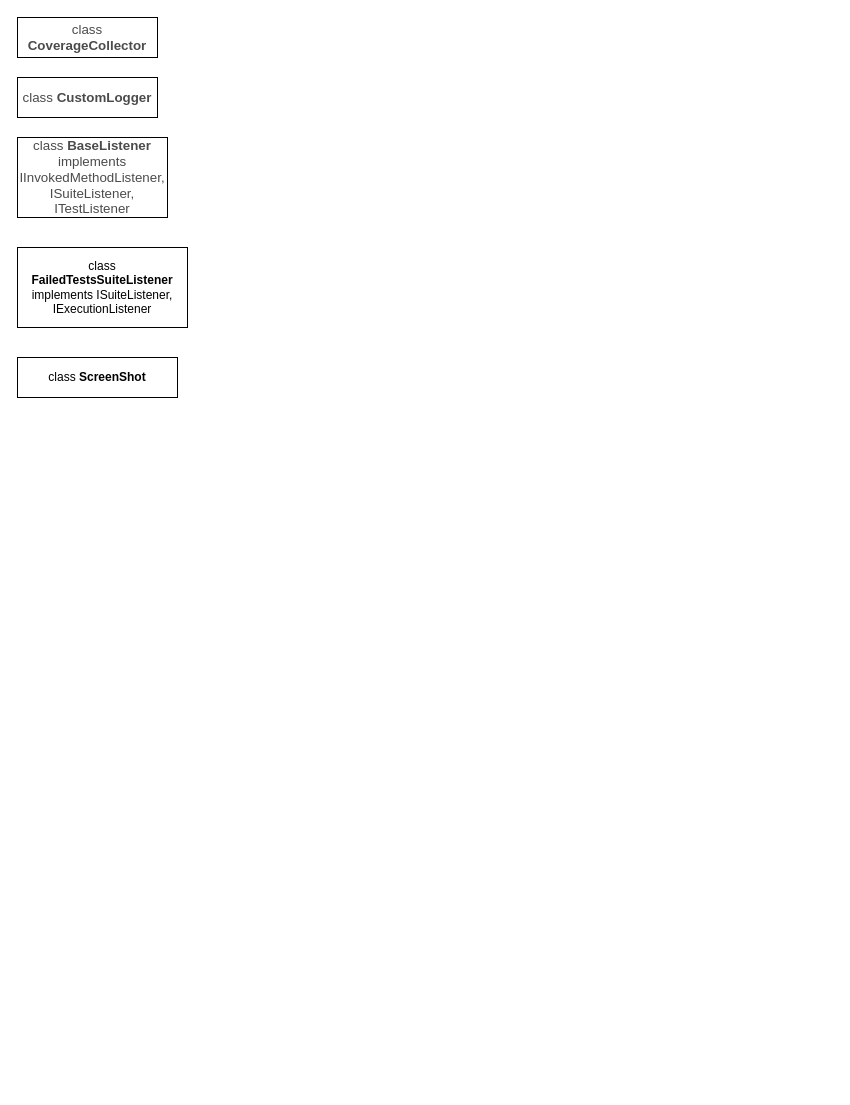
This is resources/Untitled Diagram.drawio from JanpreetSingh/SeleniumTestNGTutorialProject, a draw.io file, before an edit. Source tidied: cells renumbered, new cells numbered last; positions are measured from the earlier drawing's top-left corner, leaving out a move shared by most shapes. Both pictures are drawn from the tidied source at 100%, with x=0, y=0 at pixel (17, 17).
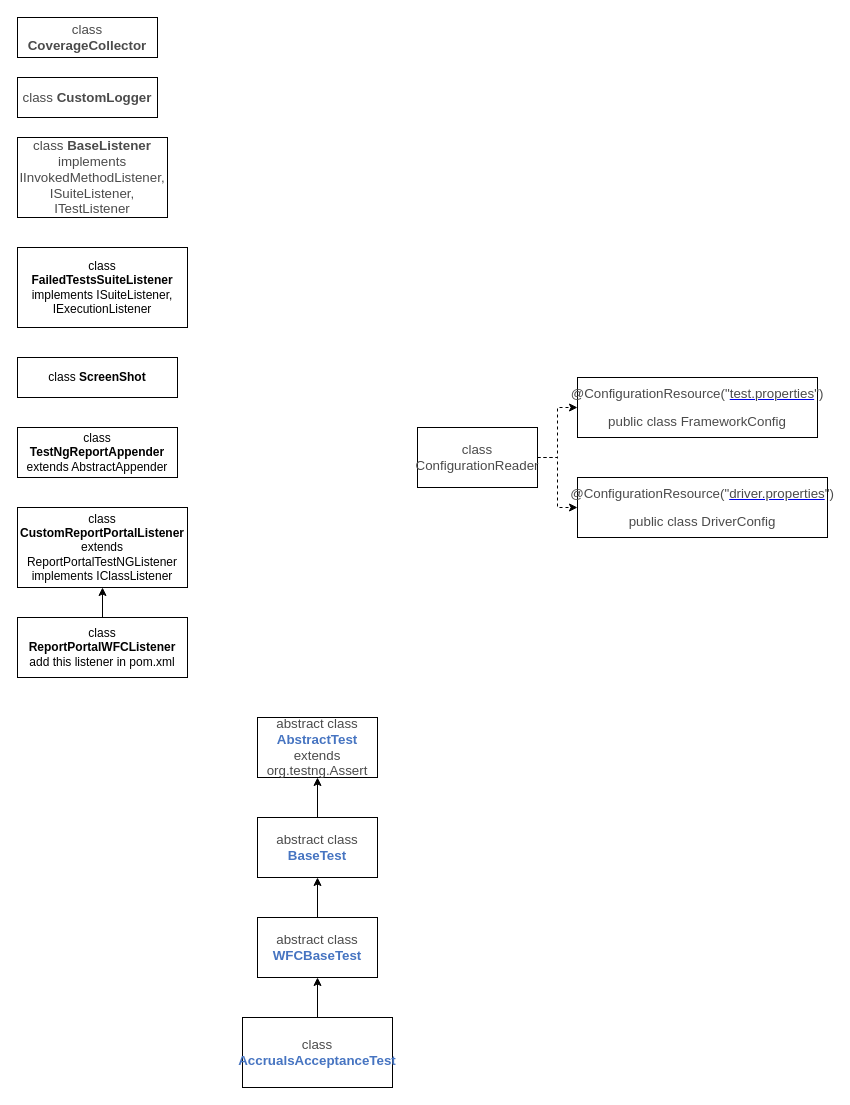
The same page after the edit.

What changed in the source:
```diff
@@
+    <mxCell id="7" value="class &lt;b&gt;TestNgReportAppender &lt;/b&gt;extends AbstractAppender" style="rounded=0;whiteSpace=wrap;html=1;" parent="1" vertex="1">
+      <mxGeometry y="410" width="160" height="50" as="geometry" />
+    </mxCell>
+    <mxCell id="8" value="class &lt;b&gt;CustomReportPortalListener &lt;/b&gt;extends ReportPortalTestNGListener implements IClassListener" style="rounded=0;whiteSpace=wrap;html=1;" parent="1" vertex="1">
+      <mxGeometry y="490" width="170" height="80" as="geometry" />
+    </mxCell>
+    <mxCell id="9" style="edgeStyle=orthogonalEdgeStyle;rounded=0;jettySize=auto;html=1;" parent="1" edge="1" source="10" target="8">
+      <mxGeometry relative="1" as="geometry" />
+    </mxCell>
+    <mxCell id="10" value="class &lt;b&gt;ReportPortalWFCListener&lt;/b&gt;&lt;div&gt;add this listener in pom.xml&lt;/div&gt;" style="rounded=0;whiteSpace=wrap;html=1;" parent="1" vertex="1">
+      <mxGeometry y="600" width="170" height="60" as="geometry" />
+    </mxCell>
+    <mxCell id="11" value="&lt;p data-pm-slice=&quot;1 1 [&amp;quot;tiptapChildEditor&amp;quot;,{&amp;quot;id&amp;quot;:&amp;quot;5719cfd4-4122-469a-8a62-722d085ba0aa&amp;quot;,&amp;quot;entityid&amp;quot;:&amp;quot;&amp;quot;,&amp;quot;shapeId&amp;quot;:&amp;quot;oUzE6DaAduD&amp;quot;,&amp;quot;textId&amp;quot;:&amp;quot;identifier&amp;quot;}]&quot; dir=&quot;ltr&quot;&gt;&lt;span style=&quot;color: #4b4b4b; font-size: 10pt; font-family: noto_regular&quot;&gt;abstract class &lt;/span&gt;&lt;span style=&quot;color: rgb(70, 116, 193); font-size: 10pt; font-family: noto_regular&quot;&gt;&lt;strong&gt;AbstractTest &lt;/strong&gt;&lt;/span&gt;&lt;span style=&quot;color: #4b4b4b; font-size: 10pt; font-family: noto_regular&quot;&gt;extends org.testng.Assert&lt;/span&gt;&lt;/p&gt;" style="rounded=0;whiteSpace=wrap;html=1;" parent="1" vertex="1">
+      <mxGeometry x="240" y="700" width="120" height="60" as="geometry" />
+    </mxCell>
+    <mxCell id="12" style="edgeStyle=orthogonalEdgeStyle;rounded=0;jettySize=auto;html=1;" parent="1" edge="1" source="13" target="11">
+      <mxGeometry relative="1" as="geometry" />
+    </mxCell>
+    <mxCell id="13" value="&lt;p data-pm-slice=&quot;1 1 [&amp;quot;tiptapChildEditor&amp;quot;,{&amp;quot;id&amp;quot;:&amp;quot;45874278-9673-4f66-ab3d-6d95a977c176&amp;quot;,&amp;quot;entityid&amp;quot;:&amp;quot;&amp;quot;,&amp;quot;shapeId&amp;quot;:&amp;quot;hXwQnhvF5sQ&amp;quot;,&amp;quot;textId&amp;quot;:&amp;quot;identifier&amp;quot;}]&quot; dir=&quot;ltr&quot;&gt;&lt;span style=&quot;color: #4b4b4b; font-size: 10pt; font-family: noto_regular&quot;&gt;abstract class &lt;/span&gt;&lt;span style=&quot;color: rgb(70, 116, 193); font-size: 10pt; font-family: noto_regular&quot;&gt;&lt;strong&gt;BaseTest&lt;/strong&gt;&lt;/span&gt;&lt;/p&gt;" style="rounded=0;whiteSpace=wrap;html=1;" parent="1" vertex="1">
+      <mxGeometry x="240" y="800" width="120" height="60" as="geometry" />
+    </mxCell>
+    <mxCell id="14" style="edgeStyle=orthogonalEdgeStyle;rounded=0;jettySize=auto;html=1;" parent="1" edge="1" source="15" target="13">
+      <mxGeometry relative="1" as="geometry" />
+    </mxCell>
+    <mxCell id="15" value="&lt;p data-pm-slice=&quot;1 1 [&amp;quot;tiptapChildEditor&amp;quot;,{&amp;quot;id&amp;quot;:&amp;quot;19ecf249-bb9b-4015-ace4-025a7b237459&amp;quot;,&amp;quot;entityid&amp;quot;:&amp;quot;&amp;quot;,&amp;quot;shapeId&amp;quot;:&amp;quot;llXH3EHD34j&amp;quot;,&amp;quot;textId&amp;quot;:&amp;quot;identifier&amp;quot;}]&quot; dir=&quot;ltr&quot;&gt;&lt;span style=&quot;color: #4b4b4b; font-size: 10pt; font-family: noto_regular&quot;&gt;abstract class &lt;/span&gt;&lt;span style=&quot;color: rgb(70, 116, 193); font-size: 10pt; font-family: noto_regular&quot;&gt;&lt;strong&gt;WFCBaseTest&lt;/strong&gt;&lt;/span&gt;&lt;/p&gt;" style="rounded=0;whiteSpace=wrap;html=1;" parent="1" vertex="1">
+      <mxGeometry x="240" y="900" width="120" height="60" as="geometry" />
+    </mxCell>
+    <mxCell id="16" style="edgeStyle=orthogonalEdgeStyle;rounded=0;jettySize=auto;html=1;" parent="1" edge="1" source="17" target="15">
+      <mxGeometry relative="1" as="geometry" />
+    </mxCell>
+    <mxCell id="17" value="&lt;p data-pm-slice=&quot;1 1 [&amp;quot;tiptapChildEditor&amp;quot;,{&amp;quot;id&amp;quot;:&amp;quot;e509b041-a81a-4819-9d49-f5a8ab3c00af&amp;quot;,&amp;quot;entityid&amp;quot;:&amp;quot;&amp;quot;,&amp;quot;shapeId&amp;quot;:&amp;quot;eoPqOg1G8hX&amp;quot;,&amp;quot;textId&amp;quot;:&amp;quot;identifier&amp;quot;}]&quot; dir=&quot;ltr&quot;&gt;&lt;span style=&quot;color: #4b4b4b; font-size: 10pt; font-family: noto_regular&quot;&gt;class &lt;/span&gt;&lt;span style=&quot;color: rgb(70, 116, 193); font-size: 10pt; font-family: noto_regular&quot;&gt;&lt;strong&gt;AccrualsAcceptanceTest&lt;/strong&gt;&lt;/span&gt;&lt;/p&gt;" style="rounded=0;whiteSpace=wrap;html=1;" parent="1" vertex="1">
+      <mxGeometry x="225" y="1000" width="150" height="70" as="geometry" />
+    </mxCell>
+    <mxCell id="18" style="edgeStyle=orthogonalEdgeStyle;rounded=0;jettySize=auto;html=1;entryX=0;entryY=0.5;entryDx=0;entryDy=0;dashed=1;" parent="1" edge="1" source="19" target="20">
+      <mxGeometry relative="1" as="geometry" />
+    </mxCell>
+    <mxCell id="19" value="&lt;p data-pm-slice=&quot;1 1 [&amp;quot;tiptapChildEditor&amp;quot;,{&amp;quot;id&amp;quot;:&amp;quot;a192d85d-2479-41ac-b587-bcb2d24ac9f0&amp;quot;,&amp;quot;entityid&amp;quot;:&amp;quot;&amp;quot;,&amp;quot;shapeId&amp;quot;:&amp;quot;Z1Sbzzrmdqy&amp;quot;,&amp;quot;textId&amp;quot;:&amp;quot;identifier&amp;quot;}]&quot; dir=&quot;ltr&quot;&gt;&lt;span style=&quot;color: #4b4b4b; font-size: 10pt; font-family: noto_regular&quot;&gt;class ConfigurationReader&lt;/span&gt;&lt;/p&gt;" style="rounded=0;whiteSpace=wrap;html=1;" parent="1" vertex="1">
+      <mxGeometry x="400" y="410" width="120" height="60" as="geometry" />
+    </mxCell>
+    <mxCell id="20" value="&lt;p dir=&quot;ltr&quot;&gt;&lt;span style=&quot;color: #4b4b4b; font-size: 10pt; font-family: noto_regular&quot;&gt;@ConfigurationResource(&quot;&lt;/span&gt;&lt;a href=&quot;http://test.properties&quot; rel=&quot;noopener noreferrer nofollow&quot; target=&quot;_blank&quot;&gt;&lt;span style=&quot;color: #4b4b4b; font-size: 10pt; font-family: noto_regular&quot;&gt;test.properties&lt;/span&gt;&lt;/a&gt;&lt;span style=&quot;color: #4b4b4b; font-size: 10pt; font-family: noto_regular&quot;&gt;&quot;)&lt;/span&gt;&lt;/p&gt;&lt;p dir=&quot;ltr&quot;&gt;&lt;span style=&quot;color: #4b4b4b; font-size: 10pt; font-family: noto_regular&quot;&gt;public class FrameworkConfig&lt;/span&gt;&lt;/p&gt;" style="rounded=0;whiteSpace=wrap;html=1;" parent="1" vertex="1">
+      <mxGeometry x="560" y="360" width="240" height="60" as="geometry" />
+    </mxCell>
+    <mxCell id="21" style="edgeStyle=orthogonalEdgeStyle;rounded=0;jettySize=auto;html=1;dashed=1;" parent="1" edge="1" source="19" target="22">
+      <mxGeometry relative="1" as="geometry" />
+    </mxCell>
+    <mxCell id="22" value="&lt;p dir=&quot;ltr&quot; style=&quot;text-align: center&quot;&gt;&lt;span style=&quot;color: #4b4b4b; font-size: 10pt; font-family: noto_regular&quot;&gt;@ConfigurationResource(&quot;&lt;/span&gt;&lt;a href=&quot;http://driver.properties&quot; rel=&quot;noopener noreferrer nofollow&quot; target=&quot;_blank&quot;&gt;&lt;span style=&quot;color: #4b4b4b; font-size: 10pt; font-family: noto_regular&quot;&gt;driver.properties&lt;/span&gt;&lt;/a&gt;&lt;span style=&quot;color: #4b4b4b; font-size: 10pt; font-family: noto_regular&quot;&gt;&quot;)&lt;/span&gt;&lt;/p&gt;&lt;p dir=&quot;ltr&quot;&gt;&lt;/p&gt;&lt;p dir=&quot;ltr&quot;&gt;&lt;span style=&quot;color: #4b4b4b; font-size: 10pt; font-family: noto_regular&quot;&gt;public class DriverConfig&lt;/span&gt;&lt;/p&gt;" style="rounded=0;whiteSpace=wrap;html=1;" parent="1" vertex="1">
+      <mxGeometry x="560" y="460" width="250" height="60" as="geometry" />
+    </mxCell>
```
